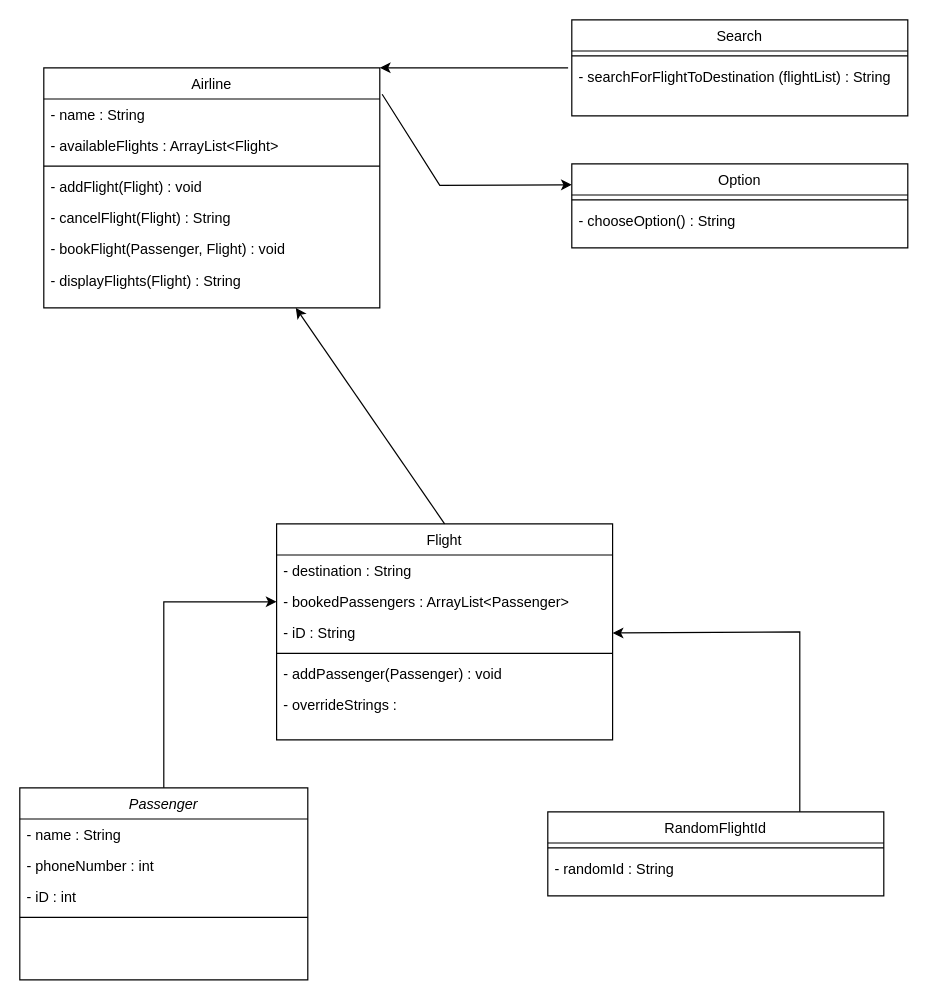
The draw.io diagram AirlineUML.drawio in bendesousa/airline_cli_lab, before the edit. Source tidied: cells renumbered, new cells numbered last; positions are measured from the earlier drawing's top-left corner, leaving out a move shared by most shapes. Both pictures are drawn from the tidied source at 120%, with x=0, y=0 at pixel (19, 19).
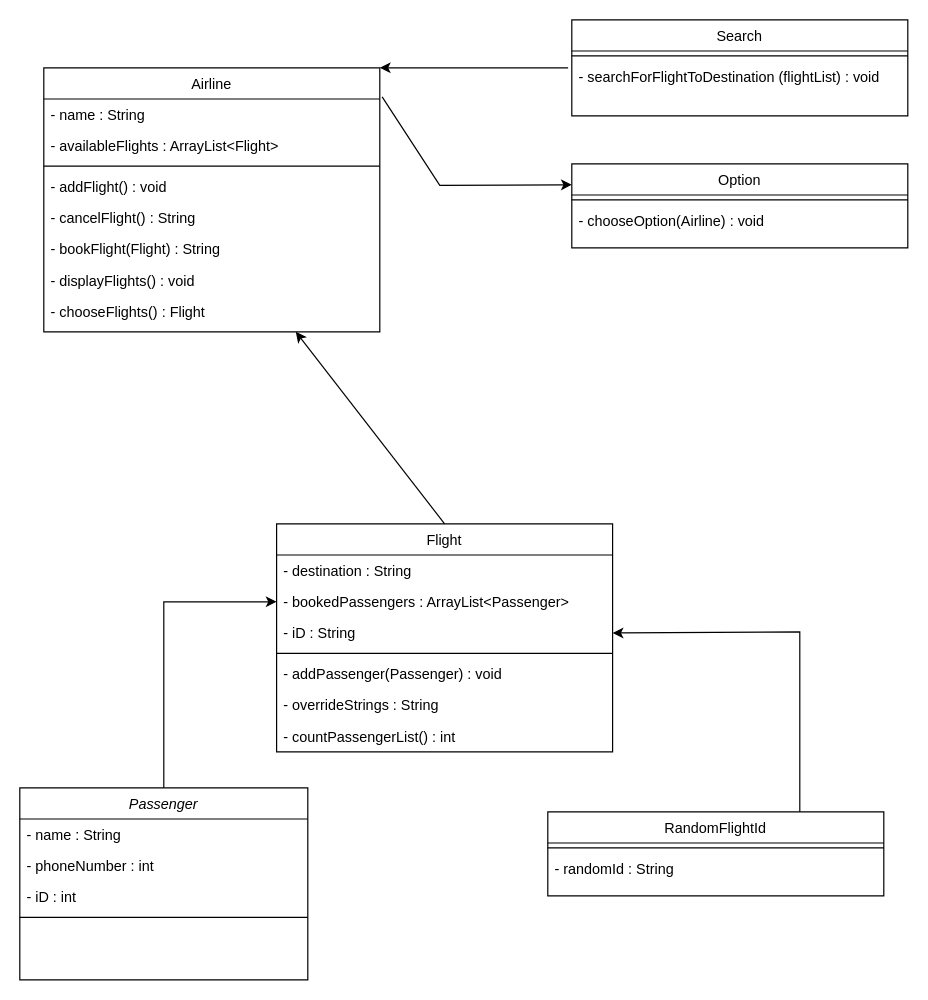
Above is the later version.

Unchanged cells that the change refers to:
```xml
<mxCell id="24" value="Search" style="swimlane;fontStyle=0;align=center;verticalAlign=top;horizontal=1;startSize=26;rounded=0;shadow=0;strokeWidth=1;" parent="1" vertex="1">
  <mxGeometry x="460" width="280" height="80" as="geometry" />
</mxCell>
<mxCell id="28" value="Option" style="swimlane;fontStyle=0;align=center;verticalAlign=top;horizontal=1;startSize=26;rounded=0;shadow=0;strokeWidth=1;" parent="1" vertex="1">
  <mxGeometry x="460" y="120" width="280" height="70" as="geometry" />
</mxCell>
```

The edit, as a diff of the source:
```diff
@@
     <mxCell id="7" value="Flight" style="swimlane;fontStyle=0;align=center;verticalAlign=top;horizontal=1;startSize=26;rounded=0;shadow=0;strokeWidth=1;" parent="1" vertex="1">
-      <mxGeometry x="214" y="420" width="280" height="180" as="geometry" />
+      <mxGeometry x="214" y="420" width="280" height="190" as="geometry" />
     </mxCell>
@@
-    <mxCell id="13" value="- overrideStrings : " style="text;align=left;verticalAlign=top;spacingLeft=4;spacingRight=4;overflow=hidden;" parent="7" vertex="1">
+    <mxCell id="13" value="- overrideStrings : String" style="text;align=left;verticalAlign=top;spacingLeft=4;spacingRight=4;overflow=hidden;" parent="7" vertex="1">
       <mxGeometry y="138" width="280" height="26" as="geometry" />
     </mxCell>
+    <mxCell id="36" value="- countPassengerList() : int" style="text;align=left;verticalAlign=top;spacingLeft=4;spacingRight=4;overflow=hidden;" parent="7" vertex="1">
+      <mxGeometry y="164" width="280" height="26" as="geometry" />
+    </mxCell>
     <mxCell id="14" value="Airline" style="swimlane;fontStyle=0;align=center;verticalAlign=top;horizontal=1;startSize=26;rounded=0;shadow=0;strokeWidth=1;" parent="1" vertex="1">
-      <mxGeometry x="20" y="40" width="280" height="200" as="geometry" />
+      <mxGeometry x="20" y="40" width="280" height="220" as="geometry" />
     </mxCell>
@@
-    <mxCell id="18" value="- addFlight(Flight) : void" style="text;align=left;verticalAlign=top;spacingLeft=4;spacingRight=4;overflow=hidden;" parent="14" vertex="1">
+    <mxCell id="18" value="- addFlight() : void" style="text;align=left;verticalAlign=top;spacingLeft=4;spacingRight=4;overflow=hidden;" parent="14" vertex="1">
       <mxGeometry y="86" width="280" height="26" as="geometry" />
     </mxCell>
-    <mxCell id="19" value="- cancelFlight(Flight) : String " style="text;align=left;verticalAlign=top;spacingLeft=4;spacingRight=4;overflow=hidden;" parent="14" vertex="1">
+    <mxCell id="19" value="- cancelFlight() : String " style="text;align=left;verticalAlign=top;spacingLeft=4;spacingRight=4;overflow=hidden;" parent="14" vertex="1">
       <mxGeometry y="112" width="280" height="26" as="geometry" />
     </mxCell>
-    <mxCell id="20" value="- bookFlight(Passenger, Flight) : void" style="text;align=left;verticalAlign=top;spacingLeft=4;spacingRight=4;overflow=hidden;" parent="14" vertex="1">
+    <mxCell id="20" value="- bookFlight(Flight) : String" style="text;align=left;verticalAlign=top;spacingLeft=4;spacingRight=4;overflow=hidden;" parent="14" vertex="1">
       <mxGeometry y="138" width="280" height="26" as="geometry" />
     </mxCell>
-    <mxCell id="21" value="- displayFlights(Flight) : String" style="text;align=left;verticalAlign=top;spacingLeft=4;spacingRight=4;overflow=hidden;" parent="14" vertex="1">
+    <mxCell id="21" value="- displayFlights() : void" style="text;align=left;verticalAlign=top;spacingLeft=4;spacingRight=4;overflow=hidden;" parent="14" vertex="1">
       <mxGeometry y="164" width="280" height="26" as="geometry" />
     </mxCell>
+    <mxCell id="37" value="- chooseFlights() : Flight" style="text;align=left;verticalAlign=top;spacingLeft=4;spacingRight=4;overflow=hidden;" parent="14" vertex="1">
+      <mxGeometry y="190" width="280" height="26" as="geometry" />
+    </mxCell>
@@
-    <mxCell id="26" value="- searchForFlightToDestination (flightList) : String" style="text;align=left;verticalAlign=top;spacingLeft=4;spacingRight=4;overflow=hidden;points=[[0,0.5],[1,0.5]];portConstraint=eastwest;" parent="24" vertex="1">
+    <mxCell id="26" value="- searchForFlightToDestination (flightList) : void" style="text;align=left;verticalAlign=top;spacingLeft=4;spacingRight=4;overflow=hidden;points=[[0,0.5],[1,0.5]];portConstraint=eastwest;" parent="24" vertex="1">
       <mxGeometry y="34" width="280" height="26" as="geometry" />
     </mxCell>
@@
-    <mxCell id="30" value="- chooseOption() : String " style="text;align=left;verticalAlign=top;spacingLeft=4;spacingRight=4;overflow=hidden;" parent="28" vertex="1">
+    <mxCell id="30" value="- chooseOption(Airline) : void" style="text;align=left;verticalAlign=top;spacingLeft=4;spacingRight=4;overflow=hidden;" parent="28" vertex="1">
       <mxGeometry y="34" width="280" height="26" as="geometry" />
     </mxCell>
```
